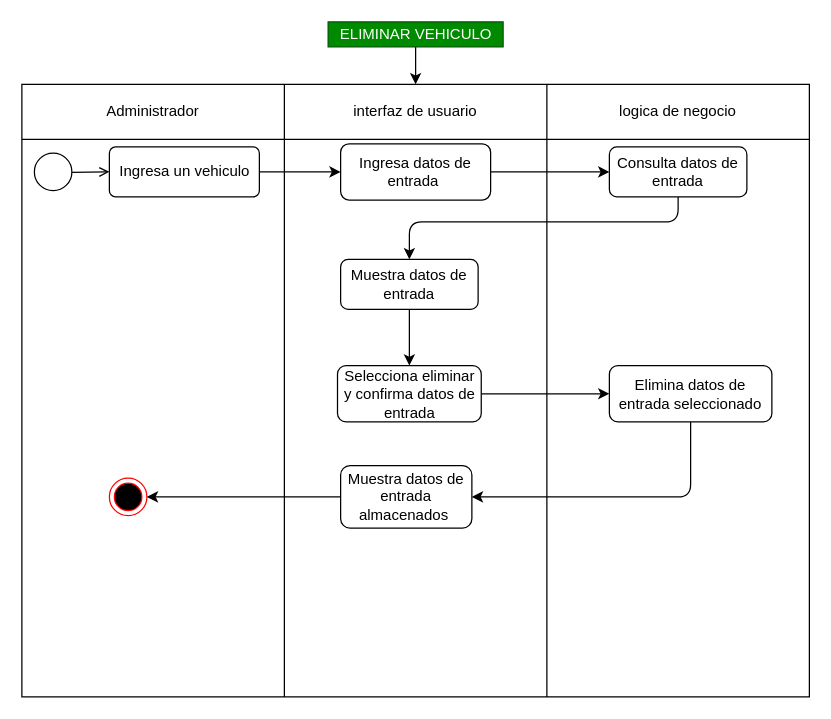
The draw.io diagram Diagramas_Actividad/DAA.15.3.drawio in DavidArtavia/Activity_Diagram-, before the edit. Source tidied: cells renumbered, new cells numbered last; positions are measured from the earlier drawing's top-left corner, leaving out a move shared by most shapes. Both pictures are drawn from the tidied source at 125%, with x=0, y=0 at pixel (21, 21).
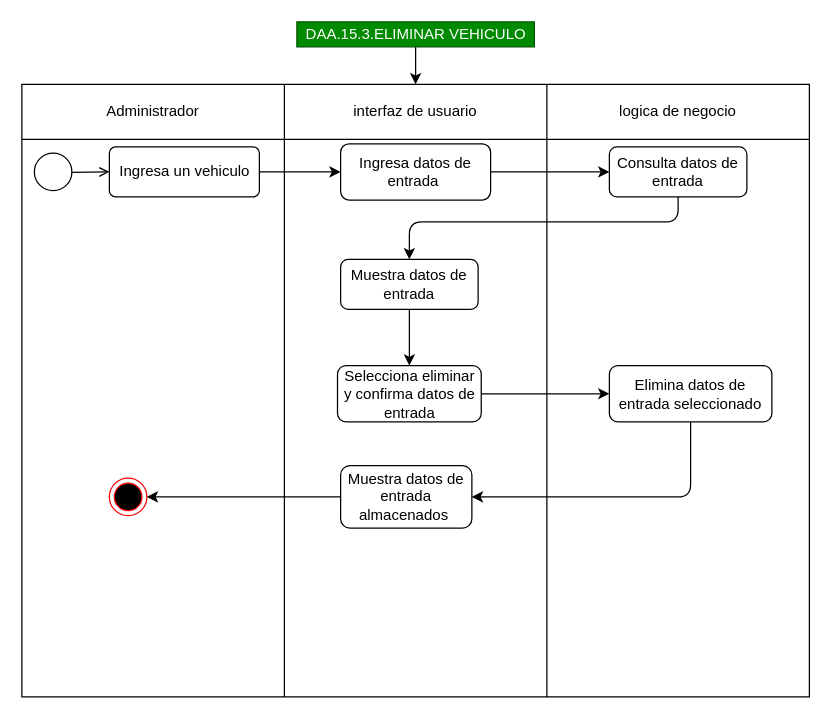
The same page after the edit.

The edit, as a diff of the source:
```diff
@@
-    <mxCell id="19" value="ELIMINAR VEHICULO" style="text;html=1;align=center;verticalAlign=middle;points=[];rounded=0;fillColor=#008a00;fontColor=#ffffff;strokeColor=#005700;" parent="1" vertex="1">
-      <mxGeometry x="245" width="140" height="20" as="geometry" />
+    <mxCell id="19" value="DAA.15.3.ELIMINAR VEHICULO" style="text;html=1;align=center;verticalAlign=middle;points=[];rounded=0;fillColor=#008a00;fontColor=#ffffff;strokeColor=#005700;" parent="1" vertex="1">
+      <mxGeometry x="220" width="190" height="20" as="geometry" />
     </mxCell>
```
